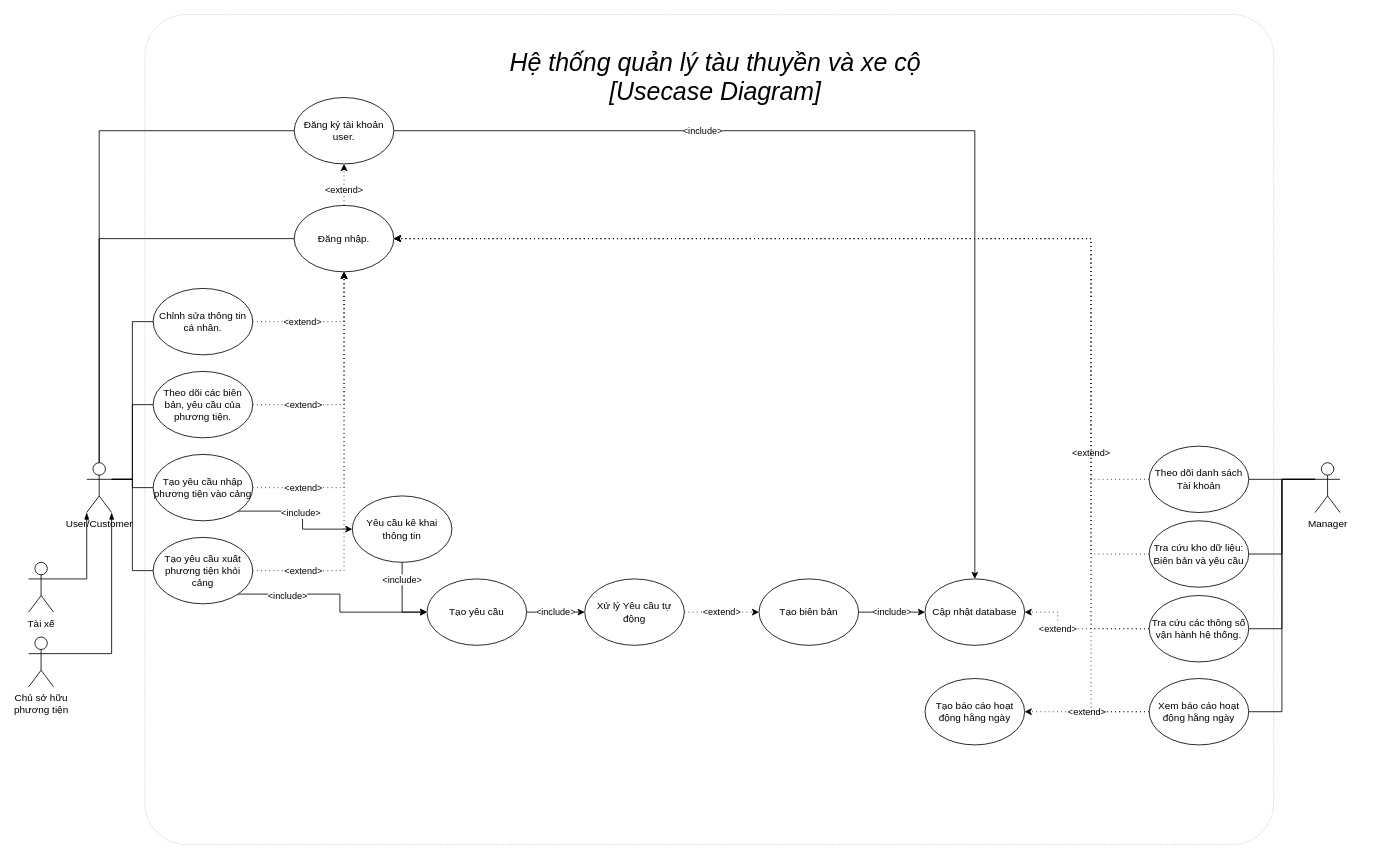
Above: Diagrams/Usecase Diagram - Student Project 01 AI-DUC.drawio in OnceWinged/Project-Vessel-Tracker-HSU (draw.io), before the change. Source tidied: cells renumbered, new cells numbered last; positions are measured from the earlier drawing's top-left corner, leaving out a move shared by most shapes. Both pictures are drawn from the tidied source at 83%, with x=0, y=0 at pixel (28, 14).
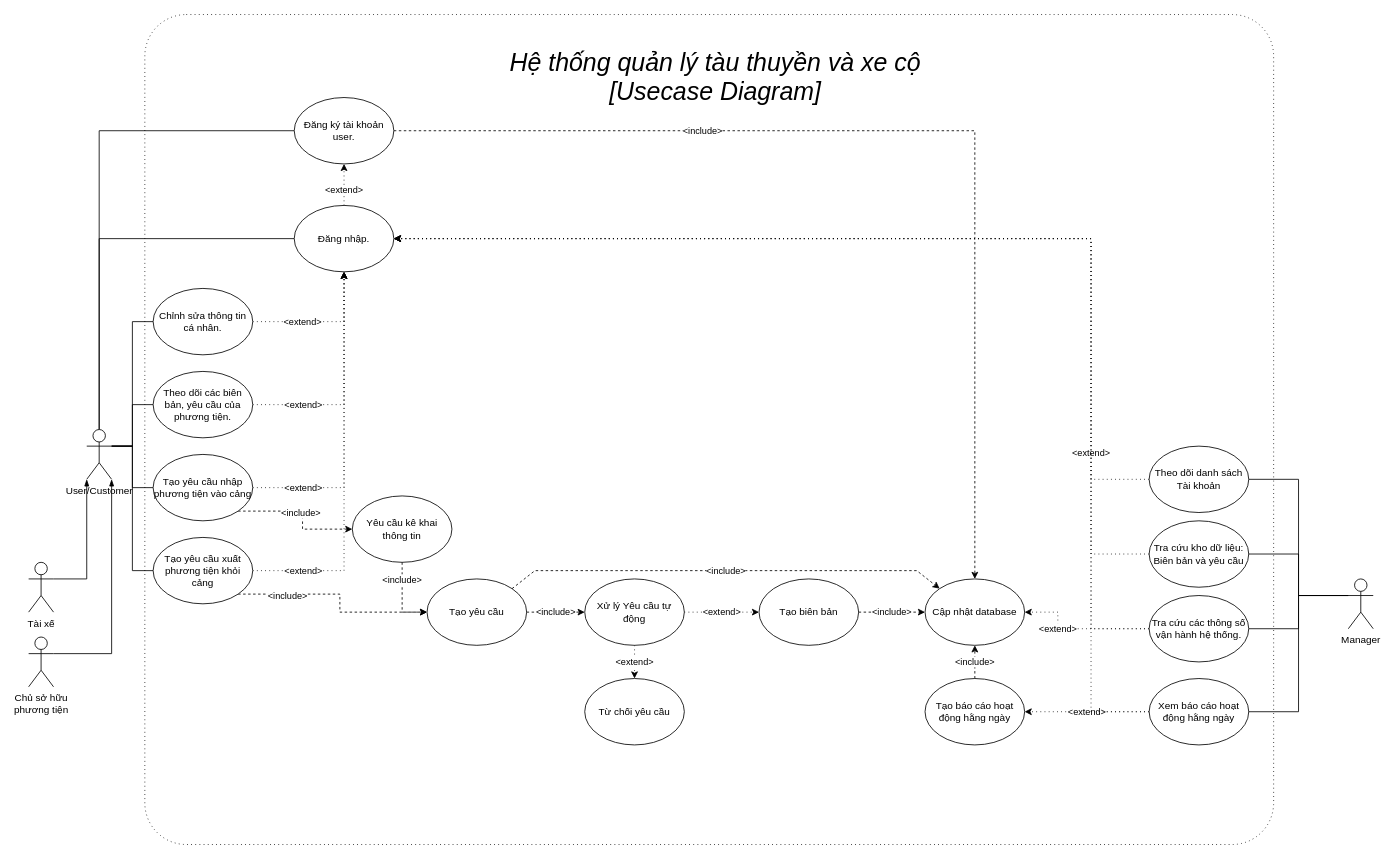
After the change.

Commit message (it also covers changes not shown here):
Update Usecase Diagram

The change refers to these unchanged cells:
```xml
<mxCell id="15" value="Đăng ký tài khoản user." style="ellipse;whiteSpace=wrap;html=1;" parent="1" vertex="1">
  <mxGeometry x="320" y="100" width="120" height="80" as="geometry" />
</mxCell>
<mxCell id="38" value="Tạo yêu cầu nhập phương tiện vào cảng" style="ellipse;whiteSpace=wrap;html=1;" parent="1" vertex="1">
  <mxGeometry x="150" y="530" width="120" height="80" as="geometry" />
</mxCell>
<mxCell id="42" value="Tạo yêu cầu xuất phương tiện khỏi cảng" style="ellipse;whiteSpace=wrap;html=1;" parent="1" vertex="1">
  <mxGeometry x="150" y="630" width="120" height="80" as="geometry" />
</mxCell>
<mxCell id="44" value="Xử lý Yêu cầu tự động" style="ellipse;whiteSpace=wrap;html=1;" parent="1" vertex="1">
  <mxGeometry x="670" y="680" width="120" height="80" as="geometry" />
</mxCell>
<mxCell id="45" value="Yêu cầu kê khai thông tin" style="ellipse;whiteSpace=wrap;html=1;" parent="1" vertex="1">
  <mxGeometry x="390" y="580" width="120" height="80" as="geometry" />
</mxCell>
<mxCell id="47" value="Tạo biên bản" style="ellipse;whiteSpace=wrap;html=1;" parent="1" vertex="1">
  <mxGeometry x="880" y="680" width="120" height="80" as="geometry" />
</mxCell>
<mxCell id="48" value="Cập nhật database" style="ellipse;whiteSpace=wrap;html=1;" parent="1" vertex="1">
  <mxGeometry x="1080" y="680" width="120" height="80" as="geometry" />
</mxCell>
<mxCell id="53" value="Tạo báo cáo hoạt động hằng ngày" style="ellipse;whiteSpace=wrap;html=1;" parent="1" vertex="1">
  <mxGeometry x="1080" y="800" width="120" height="80" as="geometry" />
</mxCell>
<mxCell id="55" value="Tạo yêu cầu" style="ellipse;whiteSpace=wrap;html=1;" parent="1" vertex="1">
  <mxGeometry x="480" y="680" width="120" height="80" as="geometry" />
</mxCell>
```

Change to the diagram source:
```diff
@@
-    <mxCell id="2" style="rounded=1;whiteSpace=wrap;html=1;arcSize=5;strokeWidth=0.5;dashed=1;dashPattern=1 4;" parent="1" vertex="1">
+    <mxCell id="2" style="rounded=1;whiteSpace=wrap;html=1;arcSize=5;strokeWidth=1;dashed=1;dashPattern=1 4;fillColor=none;" parent="1" vertex="1">
       <mxGeometry x="140" width="1360" height="1000" as="geometry" />
     </mxCell>
@@
     <mxCell id="9" value="User/Customer" style="shape=umlActor;verticalLabelPosition=bottom;verticalAlign=top;html=1;outlineConnect=0;" parent="1" vertex="1">
-      <mxGeometry x="70" y="540" width="30" height="60" as="geometry" />
+      <mxGeometry x="70" y="500" width="30" height="60" as="geometry" />
     </mxCell>
@@
     <mxCell id="13" value="Manager" style="shape=umlActor;verticalLabelPosition=bottom;verticalAlign=top;html=1;outlineConnect=0;" parent="1" vertex="1">
-      <mxGeometry x="1550" y="540" width="30" height="60" as="geometry" />
+      <mxGeometry x="1590" y="680" width="30" height="60" as="geometry" />
     </mxCell>
-    <mxCell id="14" value="&amp;lt;include&amp;gt;" style="edgeStyle=orthogonalEdgeStyle;rounded=0;jettySize=auto;html=1;exitX=1;exitY=0.5;exitDx=0;exitDy=0;entryX=0.5;entryY=0;entryDx=0;entryDy=0;" parent="1" edge="1" source="15" target="48">
+    <mxCell id="14" value="&amp;lt;include&amp;gt;" style="edgeStyle=orthogonalEdgeStyle;rounded=0;jettySize=auto;html=1;exitX=1;exitY=0.5;exitDx=0;exitDy=0;entryX=0.5;entryY=0;entryDx=0;entryDy=0;dashed=1;" parent="1" edge="1" source="15" target="48">
       <mxGeometry x="-0.4" relative="1" as="geometry" />
     </mxCell>
@@
-    <mxCell id="36" style="edgeStyle=orthogonalEdgeStyle;rounded=0;jettySize=auto;html=1;exitX=1;exitY=1;exitDx=0;exitDy=0;" parent="1" edge="1" source="38" target="45">
+    <mxCell id="36" style="edgeStyle=orthogonalEdgeStyle;rounded=0;jettySize=auto;html=1;exitX=1;exitY=1;exitDx=0;exitDy=0;dashed=1;" parent="1" edge="1" source="38" target="45">
       <mxGeometry relative="1" as="geometry" />
     </mxCell>
@@
-    <mxCell id="40" style="edgeStyle=orthogonalEdgeStyle;rounded=0;jettySize=auto;html=1;exitX=1;exitY=1;exitDx=0;exitDy=0;entryX=0;entryY=0.5;entryDx=0;entryDy=0;" parent="1" edge="1" source="42" target="55">
+    <mxCell id="40" style="edgeStyle=orthogonalEdgeStyle;rounded=0;jettySize=auto;html=1;exitX=1;exitY=1;exitDx=0;exitDy=0;entryX=0;entryY=0.5;entryDx=0;entryDy=0;dashed=1;" parent="1" edge="1" source="42" target="55">
       <mxGeometry relative="1" as="geometry" />
     </mxCell>
@@
+    <mxCell id="57" value="&amp;lt;extend&amp;gt;" style="edgeStyle=orthogonalEdgeStyle;rounded=0;jettySize=auto;html=1;exitX=0.5;exitY=1;exitDx=0;exitDy=0;entryX=0.5;entryY=0;entryDx=0;entryDy=0;dashed=1;dashPattern=1 4;" parent="1" edge="1" source="44" target="60">
+      <mxGeometry relative="1" as="geometry" />
+    </mxCell>
@@
-    <mxCell id="46" value="&amp;lt;include&amp;gt;" style="edgeStyle=orthogonalEdgeStyle;rounded=0;jettySize=auto;html=1;exitX=1;exitY=0.5;exitDx=0;exitDy=0;entryX=0;entryY=0.5;entryDx=0;entryDy=0;" parent="1" edge="1" source="47" target="48">
+    <mxCell id="46" value="&amp;lt;include&amp;gt;" style="edgeStyle=orthogonalEdgeStyle;rounded=0;jettySize=auto;html=1;exitX=1;exitY=0.5;exitDx=0;exitDy=0;entryX=0;entryY=0.5;entryDx=0;entryDy=0;dashed=1;" parent="1" edge="1" source="47" target="48">
       <mxGeometry relative="1" as="geometry" />
     </mxCell>
@@
+    <mxCell id="58" value="&amp;lt;include&amp;gt;" style="edgeStyle=orthogonalEdgeStyle;rounded=0;jettySize=auto;html=1;entryX=0.5;entryY=1;entryDx=0;entryDy=0;dashed=1;" parent="1" edge="1" source="53" target="48">
+      <mxGeometry relative="1" as="geometry" />
+    </mxCell>
@@
-    <mxCell id="54" value="&amp;lt;include&amp;gt;" style="edgeStyle=orthogonalEdgeStyle;rounded=0;jettySize=auto;html=1;exitX=1;exitY=0.5;exitDx=0;exitDy=0;entryX=0;entryY=0.5;entryDx=0;entryDy=0;" parent="1" edge="1" source="55" target="44">
+    <mxCell id="54" value="&amp;lt;include&amp;gt;" style="edgeStyle=orthogonalEdgeStyle;rounded=0;jettySize=auto;html=1;exitX=1;exitY=0.5;exitDx=0;exitDy=0;entryX=0;entryY=0.5;entryDx=0;entryDy=0;dashed=1;" parent="1" edge="1" source="55" target="44">
       <mxGeometry relative="1" as="geometry" />
     </mxCell>
@@
-    <mxCell id="56" value="&amp;lt;include&amp;gt;" style="edgeStyle=orthogonalEdgeStyle;rounded=0;jettySize=auto;html=1;exitX=0.5;exitY=1;exitDx=0;exitDy=0;entryX=0;entryY=0.5;entryDx=0;entryDy=0;" parent="1" edge="1" source="45" target="55">
+    <mxCell id="56" value="&amp;lt;include&amp;gt;" style="edgeStyle=orthogonalEdgeStyle;rounded=0;jettySize=auto;html=1;exitX=0.5;exitY=1;exitDx=0;exitDy=0;entryX=0;entryY=0.5;entryDx=0;entryDy=0;dashed=1;" parent="1" edge="1" source="45" target="55">
       <mxGeometry x="-0.54" relative="1" as="geometry" />
     </mxCell>
+    <mxCell id="59" value="&amp;lt;include&amp;gt;" style="endArrow=classic;html=1;rounded=0;exitX=1;exitY=0;exitDx=0;exitDy=0;entryX=0;entryY=0;entryDx=0;entryDy=0;dashed=1;" parent="1" edge="1" source="55" target="48">
+      <mxGeometry relative="1" as="geometry">
+        <Array as="points">
+          <mxPoint x="610" y="670" />
+          <mxPoint x="1070" y="670" />
+        </Array>
+      </mxGeometry>
+    </mxCell>
+    <mxCell id="60" value="Từ chối yêu cầu" style="ellipse;whiteSpace=wrap;html=1;" parent="1" vertex="1">
+      <mxGeometry x="670" y="800" width="120" height="80" as="geometry" />
+    </mxCell>
```
